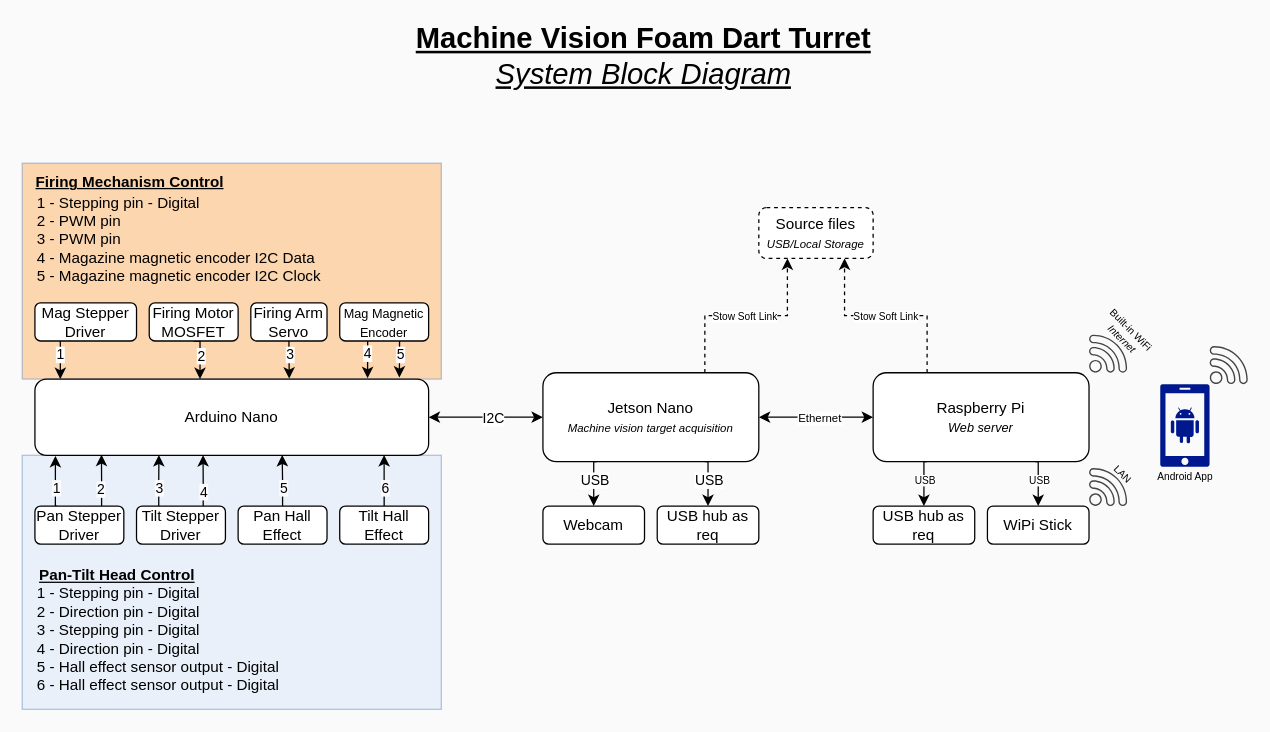
This is System Documentation/System_Block_Diagram.drawio from vinthund/UoGACE2022, a draw.io file, before an edit. Source tidied: cells renumbered, new cells numbered last; positions are measured from the earlier drawing's top-left corner, leaving out a move shared by most shapes. Both pictures are drawn from the tidied source at 127%, with x=0, y=0 at pixel (22, 37).
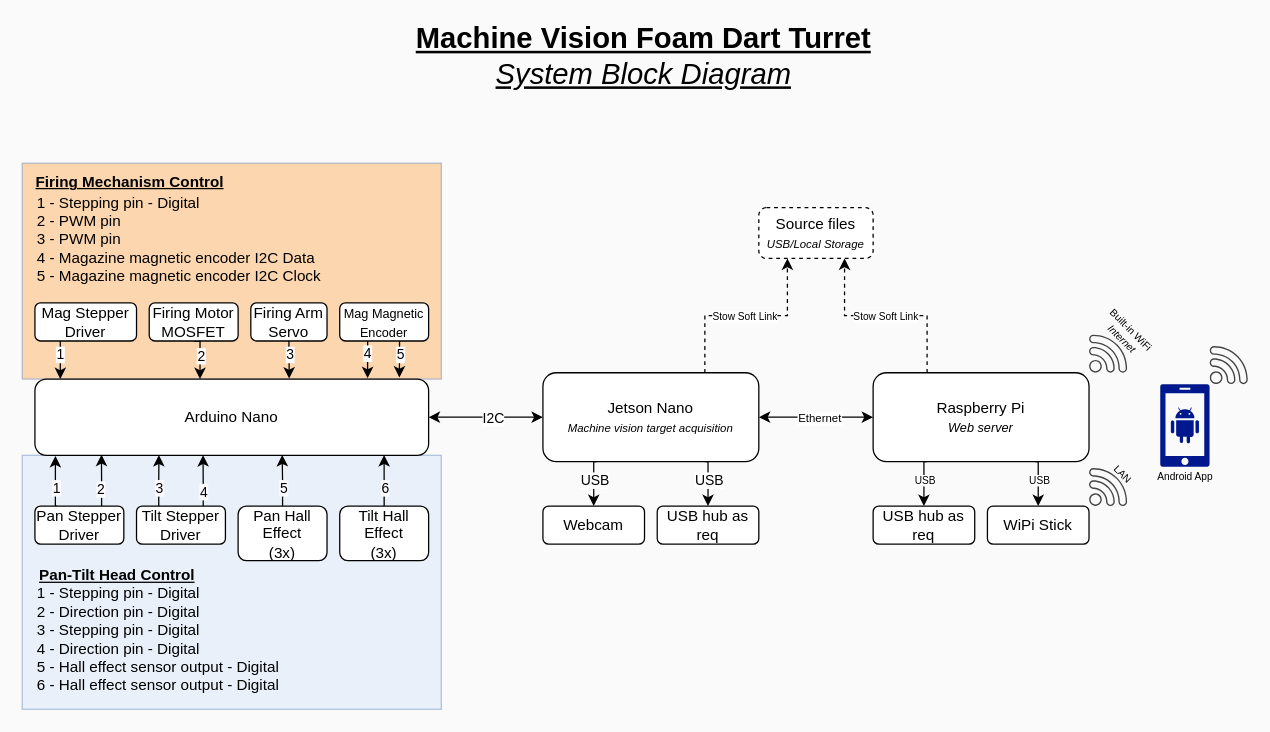
The same page after the edit.

Commit message:
[Edit] Added quantities for hall effect sensors.

Diff of the diagram source:
```diff
@@
-    <mxCell id="28" value="Pan Hall Effect" style="rounded=1;whiteSpace=wrap;html=1;" parent="1" vertex="1">
-      <mxGeometry x="170" y="369" width="70" height="30" as="geometry" />
+    <mxCell id="28" value="Pan Hall Effect &lt;br&gt;(3x)" style="rounded=1;whiteSpace=wrap;html=1;" parent="1" vertex="1">
+      <mxGeometry x="170" y="369" width="70" height="43" as="geometry" />
     </mxCell>
@@
-    <mxCell id="31" value="Tilt Hall Effect" style="rounded=1;whiteSpace=wrap;html=1;" parent="1" vertex="1">
-      <mxGeometry x="250" y="369" width="70" height="30" as="geometry" />
+    <mxCell id="31" value="Tilt Hall Effect&lt;br&gt;(3x)" style="rounded=1;whiteSpace=wrap;html=1;" parent="1" vertex="1">
+      <mxGeometry x="250" y="369" width="70" height="43" as="geometry" />
     </mxCell>
```
